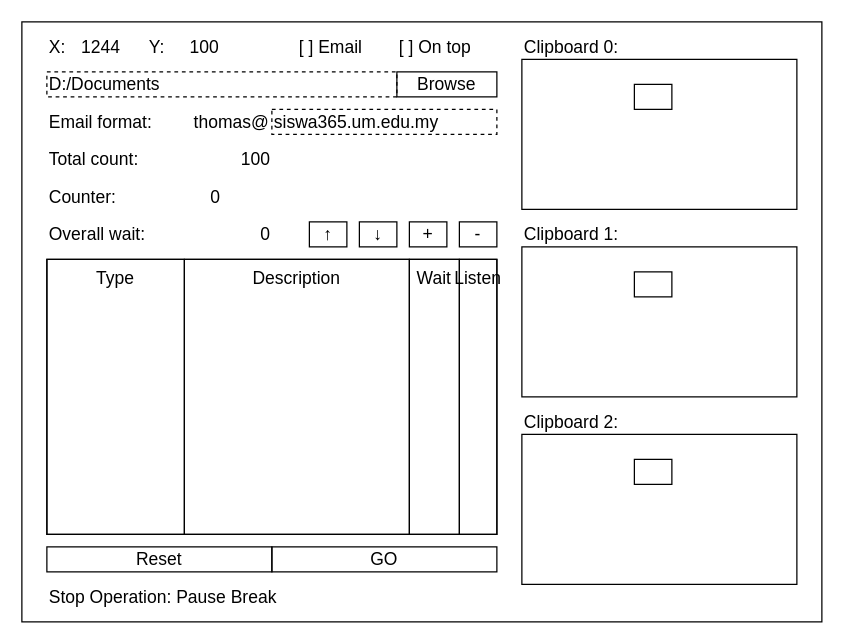
Above: UI Design.drawio in TINGWEIJING/auto-click-javafx (draw.io), before the change. Source tidied: cells renumbered, new cells numbered last; positions are measured from the earlier drawing's top-left corner, leaving out a move shared by most shapes. Both pictures are drawn from the tidied source at 125%, with x=0, y=0 at pixel (21, 21).
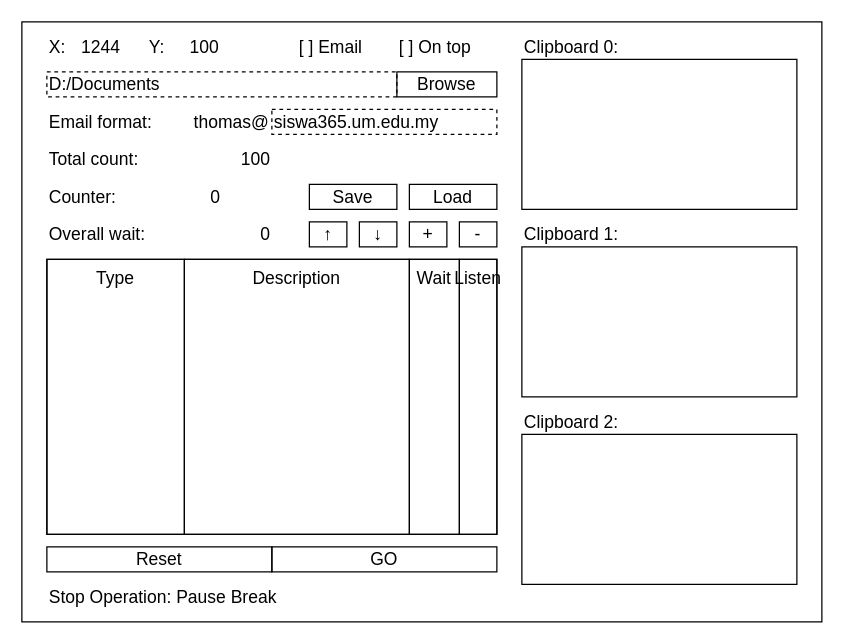
The same diagram, later.

What changed in the source:
```diff
@@
-    <mxCell id="38" style="rounded=0;whiteSpace=wrap;html=1;" parent="1" vertex="1">
-      <mxGeometry x="490" y="50" width="30" height="20" as="geometry" />
-    </mxCell>
-    <mxCell id="39" style="rounded=0;whiteSpace=wrap;html=1;" parent="1" vertex="1">
-      <mxGeometry x="490" y="200" width="30" height="20" as="geometry" />
-    </mxCell>
-    <mxCell id="40" style="rounded=0;whiteSpace=wrap;html=1;" parent="1" vertex="1">
-      <mxGeometry x="490" y="350" width="30" height="20" as="geometry" />
-    </mxCell>
+    <mxCell id="41" value="Load" style="rounded=0;whiteSpace=wrap;html=1;fillColor=none;fontSize=14;" parent="1" vertex="1">
+      <mxGeometry x="310" y="130" width="70" height="20" as="geometry" />
+    </mxCell>
+    <mxCell id="42" value="Save" style="rounded=0;whiteSpace=wrap;html=1;fillColor=none;fontSize=14;" parent="1" vertex="1">
+      <mxGeometry x="230" y="130" width="70" height="20" as="geometry" />
+    </mxCell>
```
